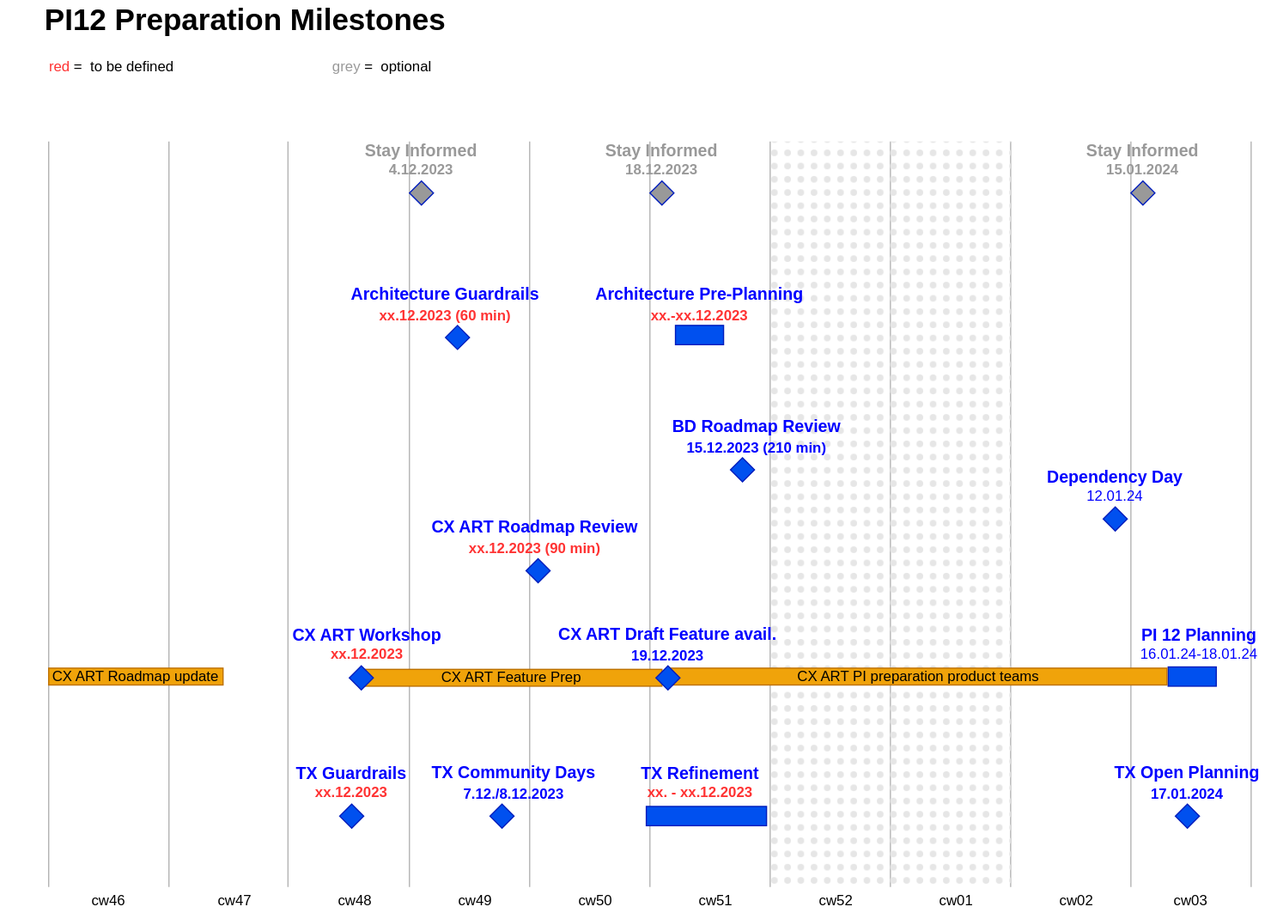
Above: PI12-Preparation-Timeline.drawio.svg in mabige/scratchpad (draw.io), before the change. Source tidied: cells renumbered, new cells last; positions are measured from the earlier drawing's top-left corner, leaving out a move shared by most shapes.
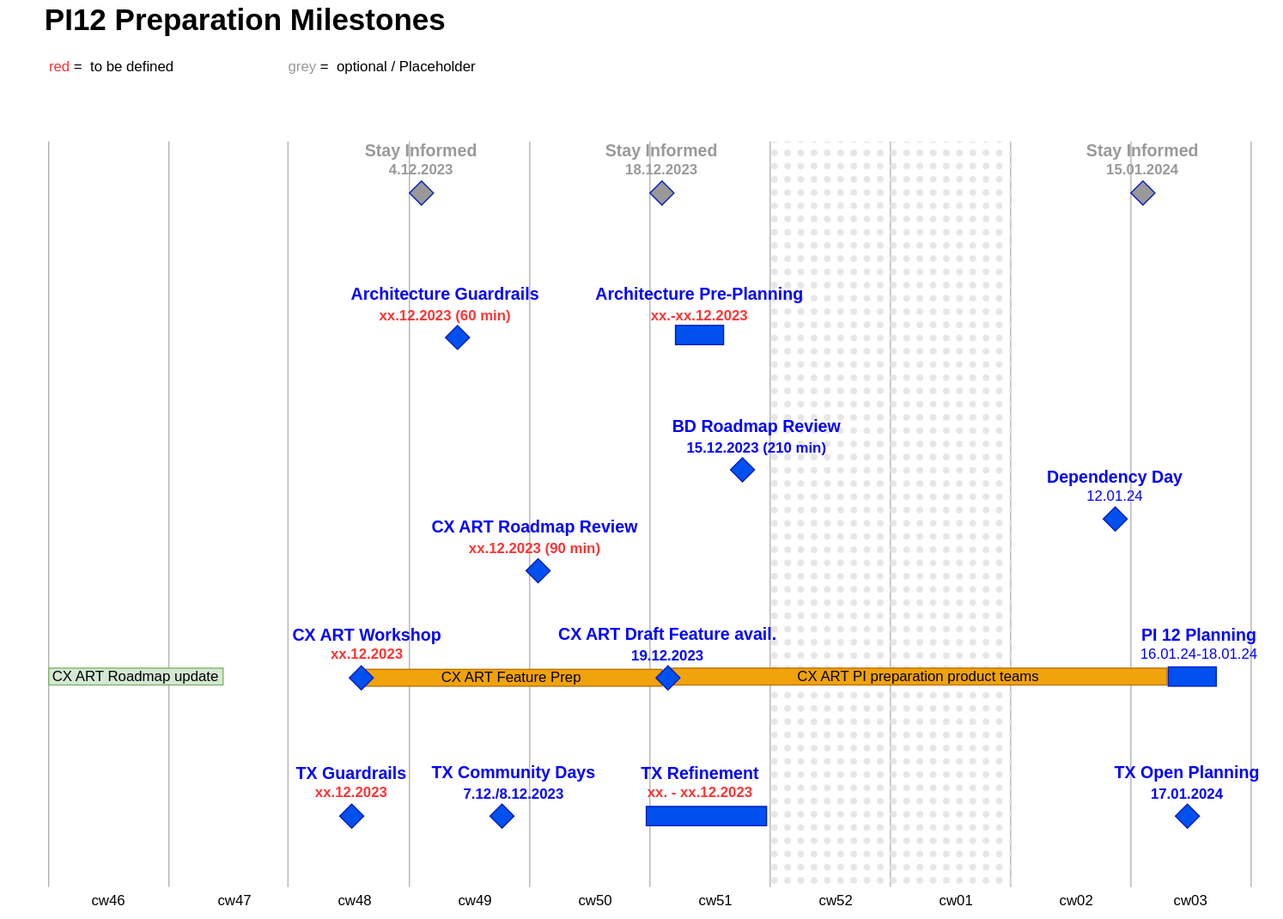
After the commit.

Commit message:
Legende + Colorcode

What changed in the source:
```diff
@@ -206,10 +206,10 @@
     <mxCell id="58" style="rhombus;whiteSpace=wrap;html=1;fillColor=#0050ef;fontColor=#ffffff;strokeColor=#001DBC;" parent="1" vertex="1">
       <mxGeometry x="545" y="553" width="20" height="20" as="geometry" />
     </mxCell>
-    <mxCell id="59" value="CX ART Roadmap update" style="rounded=0;whiteSpace=wrap;html=1;fillColor=#f0a30a;fontColor=#000000;strokeColor=#BD7000;" parent="1" vertex="1">
+    <mxCell id="59" value="CX ART Roadmap update" style="rounded=0;whiteSpace=wrap;html=1;fillColor=#d5e8d4;strokeColor=#82b366;" parent="1" vertex="1">
       <mxGeometry x="40" y="555" width="145" height="14" as="geometry" />
     </mxCell>
-    <mxCell id="60" value="&lt;font color=&quot;#999999&quot;&gt;grey&lt;/font&gt; =&amp;nbsp; optional" style="text;html=1;strokeColor=none;fillColor=none;align=center;verticalAlign=middle;whiteSpace=wrap;rounded=0;" parent="1" vertex="1">
+    <mxCell id="60" value="&lt;font color=&quot;#999999&quot;&gt;grey&lt;/font&gt; =&amp;nbsp; optional / Placeholder" style="text;html=1;strokeColor=none;fillColor=none;align=center;verticalAlign=middle;whiteSpace=wrap;rounded=0;" parent="1" vertex="1">
       <mxGeometry x="225" y="40" width="185" height="30" as="geometry" />
     </mxCell>
     <mxCell id="61" value="&lt;font color=&quot;#ff3333&quot;&gt;red&lt;/font&gt; =&amp;nbsp; to be defined " style="text;html=1;strokeColor=none;fillColor=none;align=center;verticalAlign=middle;whiteSpace=wrap;rounded=0;" parent="1" vertex="1">
```
